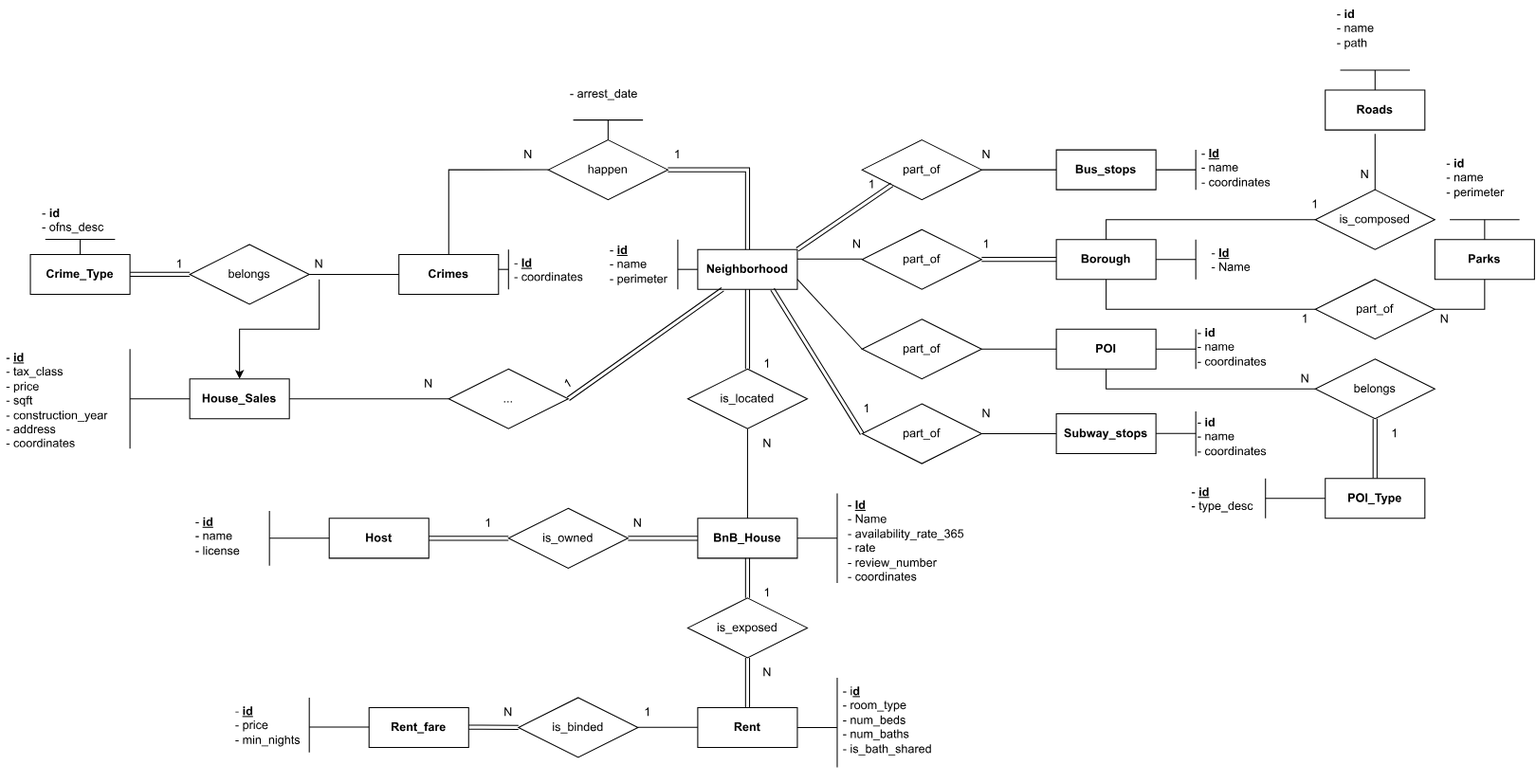
This is Schema ER.svg from DesperateColleagues/NYC_AirBnB_Data_Management, a draw.io export, as it was before one commit. Source tidied: cells renumbered, new cells last; positions are measured from the earlier drawing's top-left corner, leaving out a move shared by most shapes.
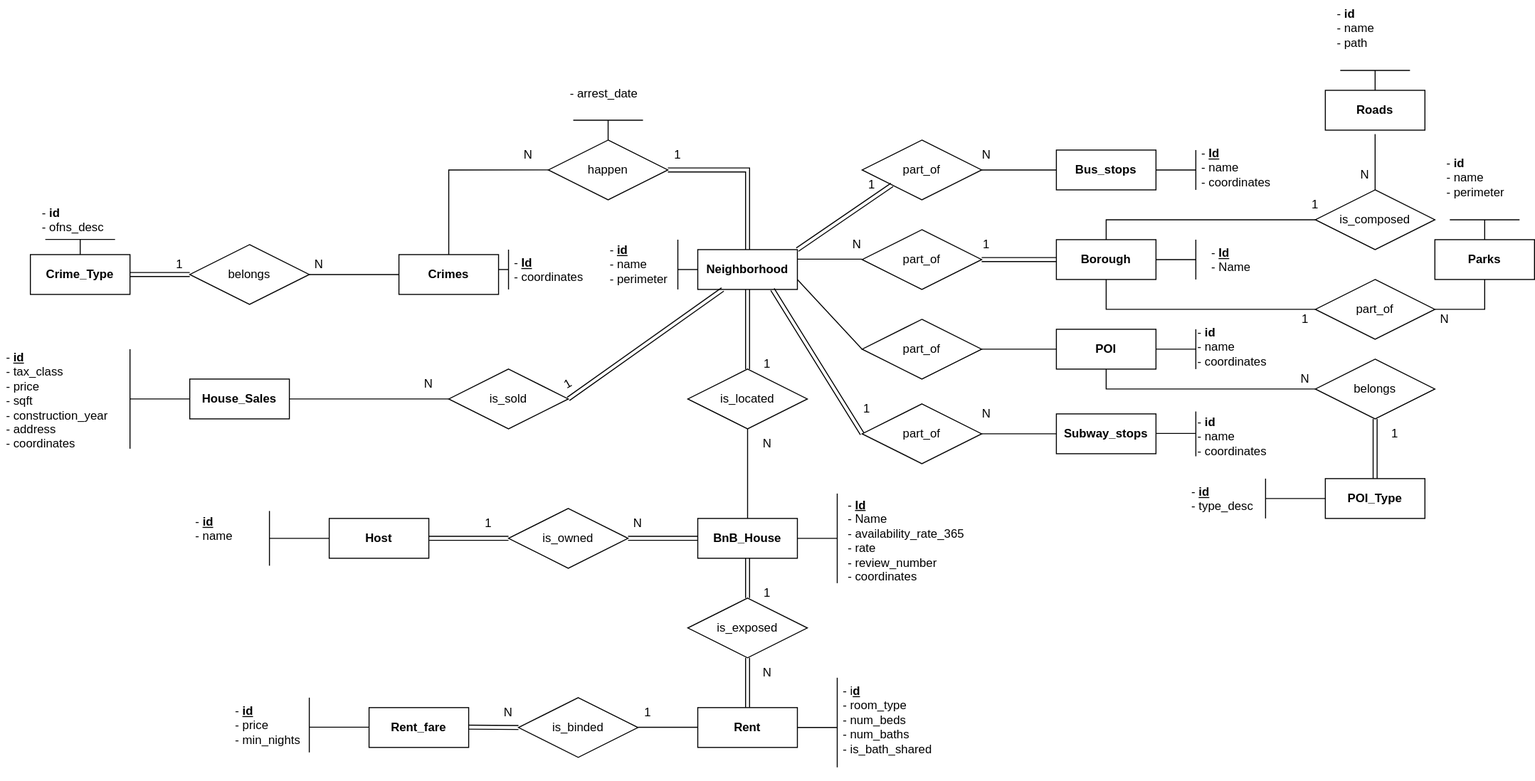
The same file after the commit.

The edit, as a diff of the source:
```diff
@@ -107,8 +107,8 @@
         <mxPoint x="840" y="680" as="targetPoint" />
       </mxGeometry>
     </mxCell>
-    <mxCell id="32" value="- &lt;b&gt;&lt;u&gt;id&lt;/u&gt;&lt;/b&gt;&lt;br&gt;- name&lt;br&gt;- license" style="text;strokeColor=none;fillColor=none;spacingLeft=4;spacingRight=4;overflow=hidden;fontSize=12;whiteSpace=wrap;html=1;" parent="1" vertex="1">
-      <mxGeometry x="190" y="510" width="80" height="60" as="geometry" />
+    <mxCell id="32" value="- &lt;b&gt;&lt;u&gt;id&lt;/u&gt;&lt;/b&gt;&lt;br&gt;- name" style="text;strokeColor=none;fillColor=none;spacingLeft=4;spacingRight=4;overflow=hidden;fontSize=12;whiteSpace=wrap;html=1;" parent="1" vertex="1">
+      <mxGeometry x="190" y="510" width="80" height="40" as="geometry" />
     </mxCell>
     <mxCell id="33" style="endArrow=none;html=1;rounded=0;edgeStyle=orthogonalEdgeStyle;exitX=0;exitY=0.5;exitDx=0;exitDy=0;" parent="1" edge="1">
       <mxGeometry relative="1" as="geometry">
@@ -215,9 +215,6 @@
     <mxCell id="56" value="belongs" style="shape=rhombus;perimeter=rhombusPerimeter;whiteSpace=wrap;html=1;align=center;" parent="1" vertex="1">
       <mxGeometry x="190" y="245" width="120" height="60" as="geometry" />
     </mxCell>
-    <mxCell id="57" style="edgeStyle=orthogonalEdgeStyle;rounded=0;jettySize=auto;html=1;" parent="1" edge="1" source="58" target="72">
-      <mxGeometry relative="1" as="geometry" />
-    </mxCell>
     <mxCell id="58" value="N" style="text;html=1;strokeColor=none;fillColor=none;align=center;verticalAlign=middle;whiteSpace=wrap;rounded=0;" parent="1" vertex="1">
       <mxGeometry x="290" y="250" width="60" height="30" as="geometry" />
     </mxCell>
@@ -273,7 +270,7 @@
     <mxCell id="70" value="1" style="text;html=1;strokeColor=none;fillColor=none;align=center;verticalAlign=middle;whiteSpace=wrap;rounded=0;" parent="1" vertex="1">
       <mxGeometry x="150" y="250" width="60" height="30" as="geometry" />
     </mxCell>
-    <mxCell id="71" value="..." style="shape=rhombus;perimeter=rhombusPerimeter;whiteSpace=wrap;html=1;align=center;" parent="1" vertex="1">
+    <mxCell id="71" value="is_sold" style="shape=rhombus;perimeter=rhombusPerimeter;whiteSpace=wrap;html=1;align=center;" parent="1" vertex="1">
       <mxGeometry x="450" y="370" width="120" height="60" as="geometry" />
     </mxCell>
     <mxCell id="72" value="&lt;b&gt;House_Sales&lt;/b&gt;" style="whiteSpace=wrap;html=1;align=center;" parent="1" vertex="1">
```
